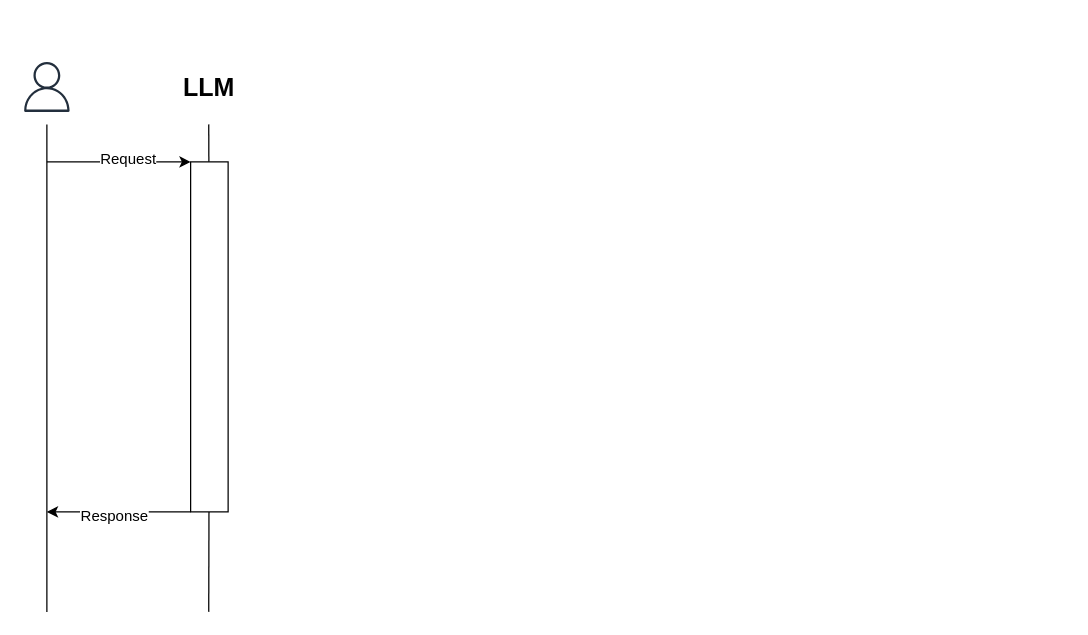
jcdiazz/Diagramas keeps this draw.io diagram as ChatBot with RAG.drawio. Above is the earlier version. Source tidied: cells renumbered, new cells numbered last; positions are measured from the earlier drawing's top-left corner, leaving out a move shared by most shapes. Both pictures are drawn from the tidied source at 125%, with x=0, y=0 at pixel (21, 61).
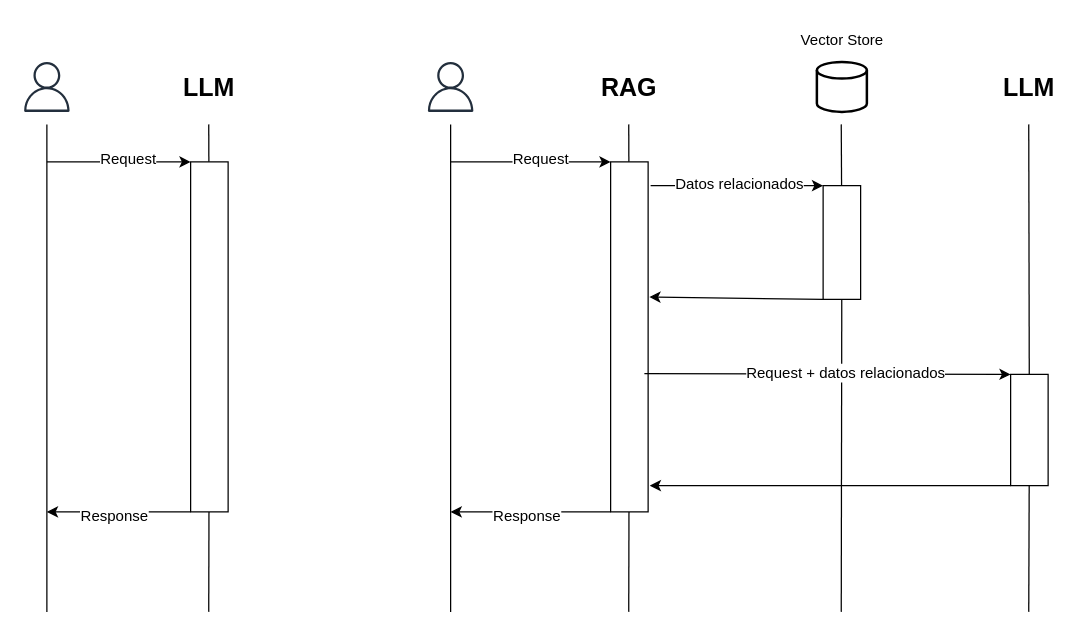
The same page after the edit.

The edit, as a diff of the source:
```diff
@@
+    <mxCell id="12" style="sketch=0;fontColor=#232F3E;gradientColor=none;fillColor=#232F3D;strokeColor=none;dashed=0;verticalLabelPosition=bottom;verticalAlign=top;align=center;html=1;fontSize=12;fontStyle=0;shape=mxgraph.aws4.user;" parent="1" vertex="1">
+      <mxGeometry x="323" width="40" height="40" as="geometry" />
+    </mxCell>
+    <mxCell id="13" value="&lt;b&gt;&lt;font style=&quot;font-size: 20px;&quot;&gt;RAG&lt;/font&gt;&lt;/b&gt;" style="text;html=1;align=center;verticalAlign=middle;whiteSpace=wrap;rounded=0;" parent="1" vertex="1">
+      <mxGeometry x="456" y="5" width="60" height="30" as="geometry" />
+    </mxCell>
+    <mxCell id="14" style="endArrow=none;html=1;rounded=0;" parent="1" edge="1">
+      <mxGeometry relative="1" as="geometry">
+        <mxPoint x="343" y="440" as="sourcePoint" />
+        <mxPoint x="343" y="50" as="targetPoint" />
+      </mxGeometry>
+    </mxCell>
+    <mxCell id="15" style="endArrow=none;html=1;rounded=0;" parent="1" edge="1" source="17">
+      <mxGeometry relative="1" as="geometry">
+        <mxPoint x="485.5" y="50" as="targetPoint" />
+      </mxGeometry>
+    </mxCell>
+    <mxCell id="16" style="endArrow=none;html=1;rounded=0;" parent="1" edge="1" target="17">
+      <mxGeometry relative="1" as="geometry">
+        <mxPoint x="485.5" y="440" as="sourcePoint" />
+      </mxGeometry>
+    </mxCell>
+    <mxCell id="17" style="rounded=0;whiteSpace=wrap;html=1;" parent="1" vertex="1">
+      <mxGeometry x="471" y="80" width="30" height="280" as="geometry" />
+    </mxCell>
+    <mxCell id="18" style="endArrow=classic;html=1;rounded=0;entryX=0;entryY=0;entryDx=0;entryDy=0;" parent="1" edge="1" target="17">
+      <mxGeometry relative="1" as="geometry">
+        <mxPoint x="343" y="80" as="sourcePoint" />
+      </mxGeometry>
+    </mxCell>
+    <mxCell id="19" value="&lt;font style=&quot;font-size: 12px;&quot;&gt;Request&lt;/font&gt;" style="edgeLabel;html=1;align=center;verticalAlign=middle;" parent="18" vertex="1">
+      <mxGeometry x="0.11" y="3" relative="1" as="geometry" />
+    </mxCell>
+    <mxCell id="20" style="endArrow=classic;html=1;rounded=0;exitX=0;exitY=1;exitDx=0;exitDy=0;" parent="1" edge="1" source="17">
+      <mxGeometry relative="1" as="geometry">
+        <mxPoint x="343" y="360" as="targetPoint" />
+      </mxGeometry>
+    </mxCell>
+    <mxCell id="21" value="&lt;font style=&quot;font-size: 12px;&quot;&gt;Response&lt;/font&gt;" style="edgeLabel;html=1;align=center;verticalAlign=middle;" parent="20" vertex="1">
+      <mxGeometry x="0.07" y="3" relative="1" as="geometry" />
+    </mxCell>
+    <mxCell id="22" style="endArrow=none;html=1;rounded=0;" parent="1" edge="1" source="24">
+      <mxGeometry relative="1" as="geometry">
+        <mxPoint x="655.5" y="50" as="targetPoint" />
+      </mxGeometry>
+    </mxCell>
+    <mxCell id="23" style="endArrow=none;html=1;rounded=0;" parent="1" edge="1" target="24">
+      <mxGeometry relative="1" as="geometry">
+        <mxPoint x="655.5" y="440" as="sourcePoint" />
+      </mxGeometry>
+    </mxCell>
+    <mxCell id="24" style="rounded=0;whiteSpace=wrap;html=1;" parent="1" vertex="1">
+      <mxGeometry x="641" y="99" width="30" height="91" as="geometry" />
+    </mxCell>
+    <mxCell id="25" value="&lt;b&gt;&lt;font style=&quot;font-size: 20px;&quot;&gt;LLM&lt;/font&gt;&lt;/b&gt;" style="text;html=1;align=center;verticalAlign=middle;whiteSpace=wrap;rounded=0;" parent="1" vertex="1">
+      <mxGeometry x="776" y="5" width="60" height="30" as="geometry" />
+    </mxCell>
+    <mxCell id="26" style="endArrow=none;html=1;rounded=0;" parent="1" edge="1" source="28">
+      <mxGeometry relative="1" as="geometry">
+        <mxPoint x="805.5" y="50" as="targetPoint" />
+      </mxGeometry>
+    </mxCell>
+    <mxCell id="27" style="endArrow=none;html=1;rounded=0;" parent="1" edge="1" target="28">
+      <mxGeometry relative="1" as="geometry">
+        <mxPoint x="805.5" y="440" as="sourcePoint" />
+      </mxGeometry>
+    </mxCell>
+    <mxCell id="28" style="rounded=0;whiteSpace=wrap;html=1;" parent="1" vertex="1">
+      <mxGeometry x="791" y="250" width="30" height="89" as="geometry" />
+    </mxCell>
+    <mxCell id="29" style="strokeWidth=2;html=1;shape=mxgraph.flowchart.database;whiteSpace=wrap;" parent="1" vertex="1">
+      <mxGeometry x="636" width="40" height="40" as="geometry" />
+    </mxCell>
+    <mxCell id="30" style="endArrow=classic;html=1;rounded=0;entryX=0;entryY=0;entryDx=0;entryDy=0;" parent="1" edge="1" target="24">
+      <mxGeometry relative="1" as="geometry">
+        <mxPoint x="503" y="99" as="sourcePoint" />
+      </mxGeometry>
+    </mxCell>
+    <mxCell id="31" value="&lt;font style=&quot;font-size: 12px;&quot;&gt;Datos relacionados&lt;/font&gt;" style="edgeLabel;html=1;align=center;verticalAlign=middle;" parent="30" vertex="1">
+      <mxGeometry x="0.01" y="2" relative="1" as="geometry" />
+    </mxCell>
+    <mxCell id="32" style="endArrow=classic;html=1;rounded=0;entryX=0;entryY=0;entryDx=0;entryDy=0;exitX=0.9;exitY=0.605;exitDx=0;exitDy=0;exitPerimeter=0;" parent="1" edge="1" source="17" target="28">
+      <mxGeometry relative="1" as="geometry" />
+    </mxCell>
+    <mxCell id="33" value="&lt;font style=&quot;font-size: 12px;&quot;&gt;Request + datos relacionados&lt;/font&gt;" style="edgeLabel;html=1;align=center;verticalAlign=middle;" parent="32" vertex="1">
+      <mxGeometry x="0.09" y="1" relative="1" as="geometry" />
+    </mxCell>
+    <mxCell id="34" style="endArrow=classic;html=1;rounded=0;exitX=0;exitY=1;exitDx=0;exitDy=0;entryX=1.033;entryY=0.386;entryDx=0;entryDy=0;entryPerimeter=0;" parent="1" edge="1" source="24" target="17">
+      <mxGeometry relative="1" as="geometry" />
+    </mxCell>
+    <mxCell id="35" style="endArrow=classic;html=1;rounded=0;exitX=0;exitY=1;exitDx=0;exitDy=0;entryX=1.044;entryY=0.925;entryDx=0;entryDy=0;entryPerimeter=0;" parent="1" edge="1" source="28" target="17">
+      <mxGeometry relative="1" as="geometry" />
+    </mxCell>
+    <mxCell id="36" value="Vector Store" style="text;html=1;align=center;verticalAlign=middle;strokeColor=none;fillColor=none;" parent="1" vertex="1">
+      <mxGeometry x="611" y="-32" width="90" height="30" as="geometry" />
+    </mxCell>
```
